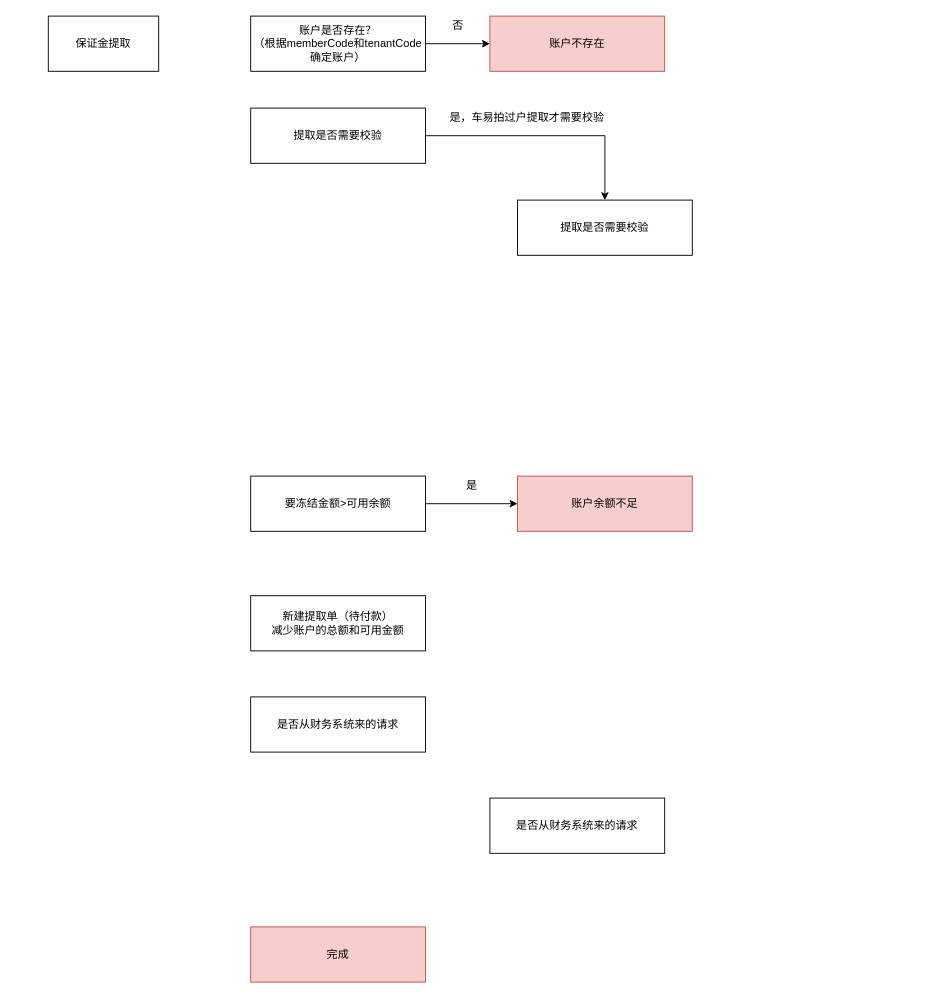
erlieStar/diagrams keeps this draw.io diagram as trade-deposit/线下保证金提取.drawio. Above is the earlier version. Source tidied: cells renumbered, new cells numbered last; positions are measured from the earlier drawing's top-left corner, leaving out a move shared by most shapes. Both pictures are drawn from the tidied source at 92%, with x=0, y=0 at pixel (48, 16).
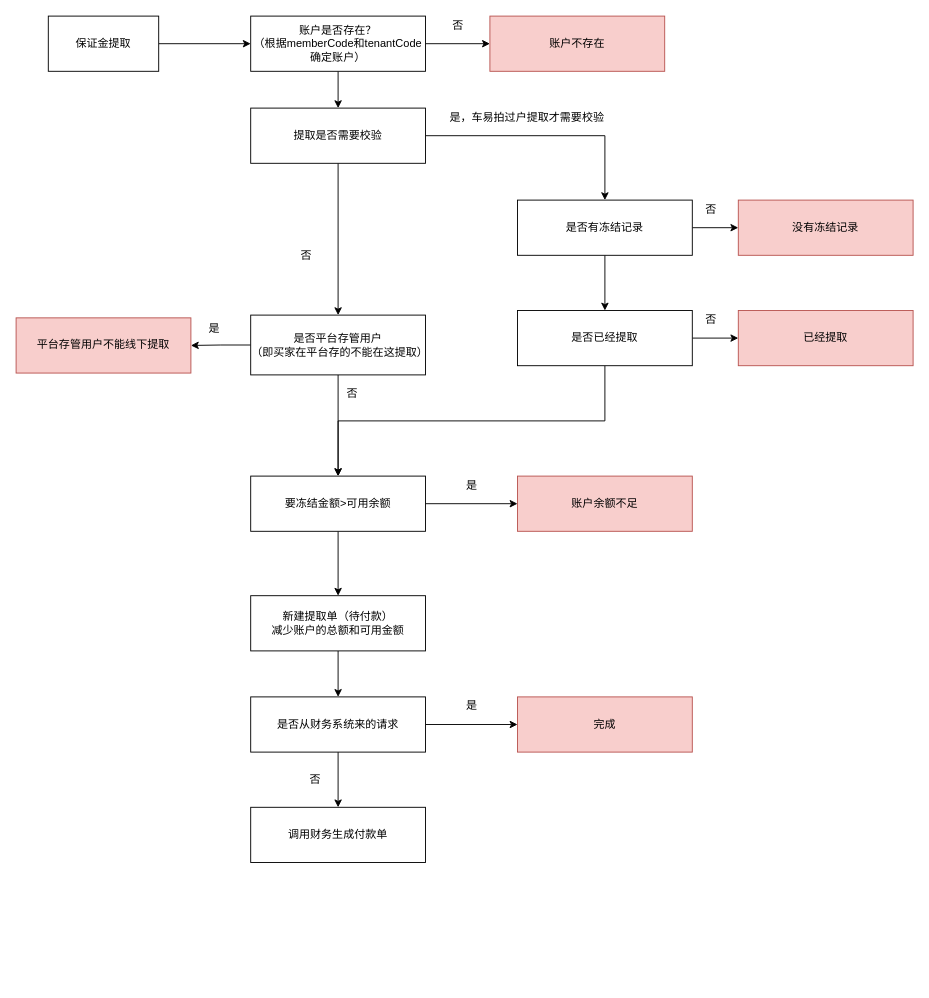
The same page after the edit.

Commit message (it also covers changes not shown here):
Update 线下保证金提取.drawio

Unchanged cells that the change refers to:
```xml
<mxCell id="2" value="保证金提取" style="rounded=0;whiteSpace=wrap;html=1;" parent="1" vertex="1">
  <mxGeometry width="120" height="60" as="geometry" />
</mxCell>
<mxCell id="4" value="账户是否存在？&lt;br&gt;（根据memberCode和tenantCode&lt;br&gt;确定账户）" style="rounded=0;whiteSpace=wrap;html=1;" parent="1" vertex="1">
  <mxGeometry x="220" width="190" height="60" as="geometry" />
</mxCell>
<mxCell id="8" value="提取是否需要校验" style="rounded=0;whiteSpace=wrap;html=1;" parent="1" vertex="1">
  <mxGeometry x="220" y="100" width="190" height="60" as="geometry" />
</mxCell>
<mxCell id="12" value="要冻结金额&amp;gt;可用余额" style="rounded=0;whiteSpace=wrap;html=1;" parent="1" vertex="1">
  <mxGeometry x="220" y="500" width="190" height="60" as="geometry" />
</mxCell>
<mxCell id="15" value="新建提取单（待付款）&lt;br&gt;减少账户的总额和可用金额" style="rounded=0;whiteSpace=wrap;html=1;" parent="1" vertex="1">
  <mxGeometry x="220" y="630" width="190" height="60" as="geometry" />
</mxCell>
<mxCell id="16" value="是否从财务系统来的请求" style="rounded=0;whiteSpace=wrap;html=1;" parent="1" vertex="1">
  <mxGeometry x="220" y="740" width="190" height="60" as="geometry" />
</mxCell>
```

The edit, as a diff of the source:
```diff
@@
+    <mxCell id="19" style="edgeStyle=orthogonalEdgeStyle;rounded=0;jettySize=auto;html=1;exitX=1;exitY=0.5;exitDx=0;exitDy=0;entryX=0;entryY=0.5;entryDx=0;entryDy=0;" parent="1" edge="1" source="2" target="4">
+      <mxGeometry relative="1" as="geometry" />
+    </mxCell>
@@
+    <mxCell id="20" style="edgeStyle=orthogonalEdgeStyle;rounded=0;jettySize=auto;html=1;exitX=0.5;exitY=1;exitDx=0;exitDy=0;entryX=0.5;entryY=0;entryDx=0;entryDy=0;" parent="1" edge="1" source="4" target="8">
+      <mxGeometry relative="1" as="geometry" />
+    </mxCell>
@@
+    <mxCell id="21" style="edgeStyle=orthogonalEdgeStyle;rounded=0;jettySize=auto;html=1;entryX=0.5;entryY=0;entryDx=0;entryDy=0;" parent="1" edge="1" source="8" target="41">
+      <mxGeometry relative="1" as="geometry" />
+    </mxCell>
@@
+    <mxCell id="22" style="edgeStyle=orthogonalEdgeStyle;rounded=0;jettySize=auto;html=1;exitX=1;exitY=0.5;exitDx=0;exitDy=0;entryX=0;entryY=0.5;entryDx=0;entryDy=0;" parent="1" edge="1" source="9" target="34">
+      <mxGeometry relative="1" as="geometry" />
+    </mxCell>
+    <mxCell id="23" style="edgeStyle=orthogonalEdgeStyle;rounded=0;jettySize=auto;html=1;exitX=0.5;exitY=1;exitDx=0;exitDy=0;entryX=0.5;entryY=0;entryDx=0;entryDy=0;" parent="1" edge="1" source="9" target="33">
+      <mxGeometry relative="1" as="geometry" />
+    </mxCell>
-    <mxCell id="9" value="提取是否需要校验" style="rounded=0;whiteSpace=wrap;html=1;" parent="1" vertex="1">
+    <mxCell id="9" value="是否有冻结记录" style="rounded=0;whiteSpace=wrap;html=1;" parent="1" vertex="1">
       <mxGeometry x="510" y="200" width="190" height="60" as="geometry" />
     </mxCell>
@@
+    <mxCell id="24" style="edgeStyle=orthogonalEdgeStyle;rounded=0;jettySize=auto;html=1;exitX=0.5;exitY=1;exitDx=0;exitDy=0;entryX=0.5;entryY=0;entryDx=0;entryDy=0;" parent="1" edge="1" source="12" target="15">
+      <mxGeometry relative="1" as="geometry" />
+    </mxCell>
@@
+    <mxCell id="25" style="edgeStyle=orthogonalEdgeStyle;rounded=0;jettySize=auto;html=1;exitX=0.5;exitY=1;exitDx=0;exitDy=0;entryX=0.5;entryY=0;entryDx=0;entryDy=0;" parent="1" edge="1" source="15" target="16">
+      <mxGeometry relative="1" as="geometry" />
+    </mxCell>
@@
+    <mxCell id="26" style="edgeStyle=orthogonalEdgeStyle;rounded=0;jettySize=auto;html=1;exitX=1;exitY=0.5;exitDx=0;exitDy=0;entryX=0;entryY=0.5;entryDx=0;entryDy=0;" parent="1" edge="1" source="16" target="17">
+      <mxGeometry relative="1" as="geometry" />
+    </mxCell>
+    <mxCell id="27" style="edgeStyle=orthogonalEdgeStyle;rounded=0;jettySize=auto;html=1;" parent="1" edge="1" source="16" target="29">
+      <mxGeometry relative="1" as="geometry" />
+    </mxCell>
@@
-    <mxCell id="17" value="是否从财务系统来的请求" style="rounded=0;whiteSpace=wrap;html=1;" parent="1" vertex="1">
-      <mxGeometry x="480" y="850" width="190" height="60" as="geometry" />
+    <mxCell id="17" value="完成" style="rounded=0;whiteSpace=wrap;html=1;fillColor=#f8cecc;strokeColor=#b85450;" parent="1" vertex="1">
+      <mxGeometry x="510" y="740" width="190" height="60" as="geometry" />
     </mxCell>
-    <mxCell id="18" value="完成" style="rounded=0;whiteSpace=wrap;html=1;fillColor=#f8cecc;strokeColor=#b85450;" parent="1" vertex="1">
-      <mxGeometry x="220" y="990" width="190" height="60" as="geometry" />
-    </mxCell>
+    <mxCell id="28" value="是" style="text;html=1;align=center;verticalAlign=middle;strokeColor=none;fillColor=none;" parent="1" vertex="1">
+      <mxGeometry x="445" y="740" width="30" height="20" as="geometry" />
+    </mxCell>
+    <mxCell id="29" value="调用财务生成付款单" style="rounded=0;whiteSpace=wrap;html=1;" parent="1" vertex="1">
+      <mxGeometry x="220" y="860" width="190" height="60" as="geometry" />
+    </mxCell>
+    <mxCell id="30" value="否" style="text;html=1;align=center;verticalAlign=middle;strokeColor=none;fillColor=none;" parent="1" vertex="1">
+      <mxGeometry x="275" y="820" width="30" height="20" as="geometry" />
+    </mxCell>
+    <mxCell id="31" style="edgeStyle=orthogonalEdgeStyle;rounded=0;jettySize=auto;html=1;exitX=1;exitY=0.5;exitDx=0;exitDy=0;entryX=0;entryY=0.5;entryDx=0;entryDy=0;" parent="1" edge="1" source="33" target="35">
+      <mxGeometry relative="1" as="geometry" />
+    </mxCell>
+    <mxCell id="32" style="edgeStyle=orthogonalEdgeStyle;rounded=0;jettySize=auto;html=1;exitX=0.5;exitY=1;exitDx=0;exitDy=0;entryX=0.5;entryY=0;entryDx=0;entryDy=0;" parent="1" edge="1" source="33" target="12">
+      <mxGeometry relative="1" as="geometry" />
+    </mxCell>
+    <mxCell id="33" value="是否已经提取" style="rounded=0;whiteSpace=wrap;html=1;" parent="1" vertex="1">
+      <mxGeometry x="510" y="320" width="190" height="60" as="geometry" />
+    </mxCell>
+    <mxCell id="34" value="没有冻结记录" style="rounded=0;whiteSpace=wrap;html=1;fillColor=#f8cecc;strokeColor=#b85450;" parent="1" vertex="1">
+      <mxGeometry x="750" y="200" width="190" height="60" as="geometry" />
+    </mxCell>
+    <mxCell id="35" value="已经提取" style="rounded=0;whiteSpace=wrap;html=1;fillColor=#f8cecc;strokeColor=#b85450;" parent="1" vertex="1">
+      <mxGeometry x="750" y="320" width="190" height="60" as="geometry" />
+    </mxCell>
+    <mxCell id="36" value="否" style="text;html=1;align=center;verticalAlign=middle;strokeColor=none;fillColor=none;" parent="1" vertex="1">
+      <mxGeometry x="705" y="200" width="30" height="20" as="geometry" />
+    </mxCell>
+    <mxCell id="37" value="否" style="text;html=1;align=center;verticalAlign=middle;strokeColor=none;fillColor=none;" parent="1" vertex="1">
+      <mxGeometry x="705" y="320" width="30" height="20" as="geometry" />
+    </mxCell>
+    <mxCell id="38" value="否" style="text;html=1;align=center;verticalAlign=middle;strokeColor=none;fillColor=none;" parent="1" vertex="1">
+      <mxGeometry x="265" y="250" width="30" height="20" as="geometry" />
+    </mxCell>
+    <mxCell id="39" style="edgeStyle=orthogonalEdgeStyle;rounded=0;jettySize=auto;html=1;" parent="1" edge="1" source="41" target="12">
+      <mxGeometry relative="1" as="geometry" />
+    </mxCell>
+    <mxCell id="40" style="edgeStyle=orthogonalEdgeStyle;rounded=0;jettySize=auto;html=1;exitX=0;exitY=0.5;exitDx=0;exitDy=0;entryX=1;entryY=0.5;entryDx=0;entryDy=0;" parent="1" edge="1" source="41" target="43">
+      <mxGeometry relative="1" as="geometry" />
+    </mxCell>
+    <mxCell id="41" value="是否平台存管用户&lt;br&gt;（即买家在平台存的不能在这提取）" style="rounded=0;whiteSpace=wrap;html=1;" parent="1" vertex="1">
+      <mxGeometry x="220" y="325" width="190" height="65" as="geometry" />
+    </mxCell>
+    <mxCell id="42" value="否" style="text;html=1;align=center;verticalAlign=middle;strokeColor=none;fillColor=none;" parent="1" vertex="1">
+      <mxGeometry x="315" y="400" width="30" height="20" as="geometry" />
+    </mxCell>
+    <mxCell id="43" value="&lt;pre&gt;平台存管用户不能线下提取&lt;/pre&gt;" style="rounded=0;whiteSpace=wrap;html=1;fillColor=#f8cecc;strokeColor=#b85450;" parent="1" vertex="1">
+      <mxGeometry x="-35" y="328" width="190" height="60" as="geometry" />
+    </mxCell>
+    <mxCell id="44" value="是" style="text;html=1;align=center;verticalAlign=middle;strokeColor=none;fillColor=none;" parent="1" vertex="1">
+      <mxGeometry x="165" y="330" width="30" height="20" as="geometry" />
+    </mxCell>
```
